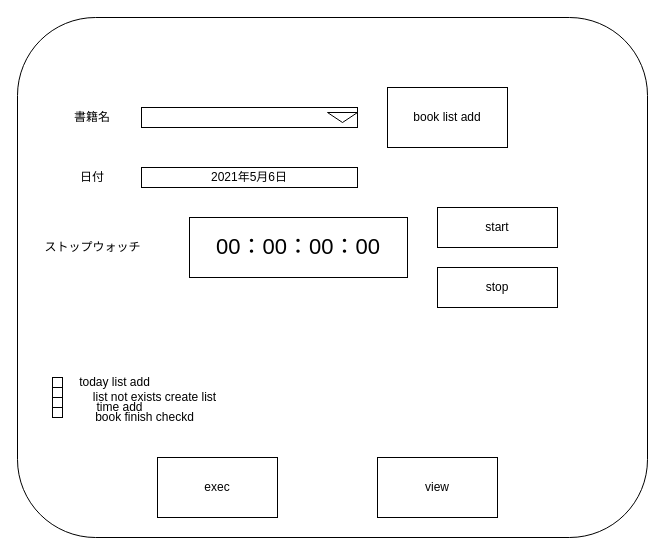
The draw.io diagram doc/picture.dio in air-flow/Python-Trello-app, before the edit. Source tidied: cells renumbered, new cells numbered last; positions are measured from the earlier drawing's top-left corner, leaving out a move shared by most shapes. Both pictures are drawn from the tidied source at 100%, with x=0, y=0 at pixel (17, 17).
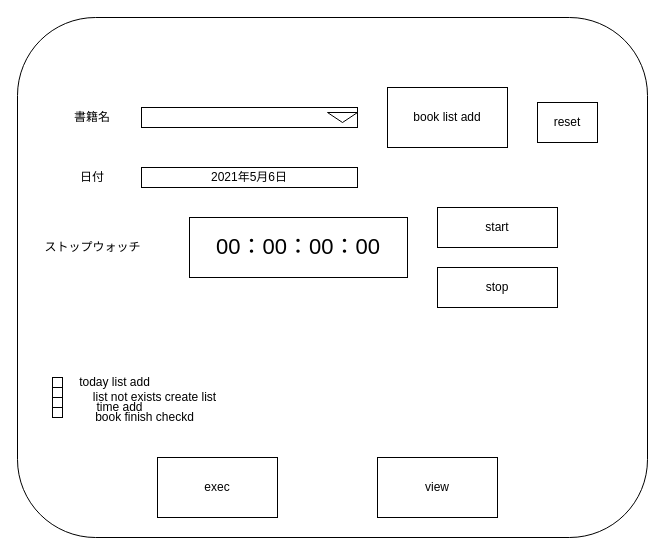
The same diagram, later.

What changed in the source:
```diff
@@
+    <mxCell id="23" value="reset" style="rounded=0;whiteSpace=wrap;html=1;" parent="1" vertex="1">
+      <mxGeometry x="520" y="85" width="60" height="40" as="geometry" />
+    </mxCell>
```
